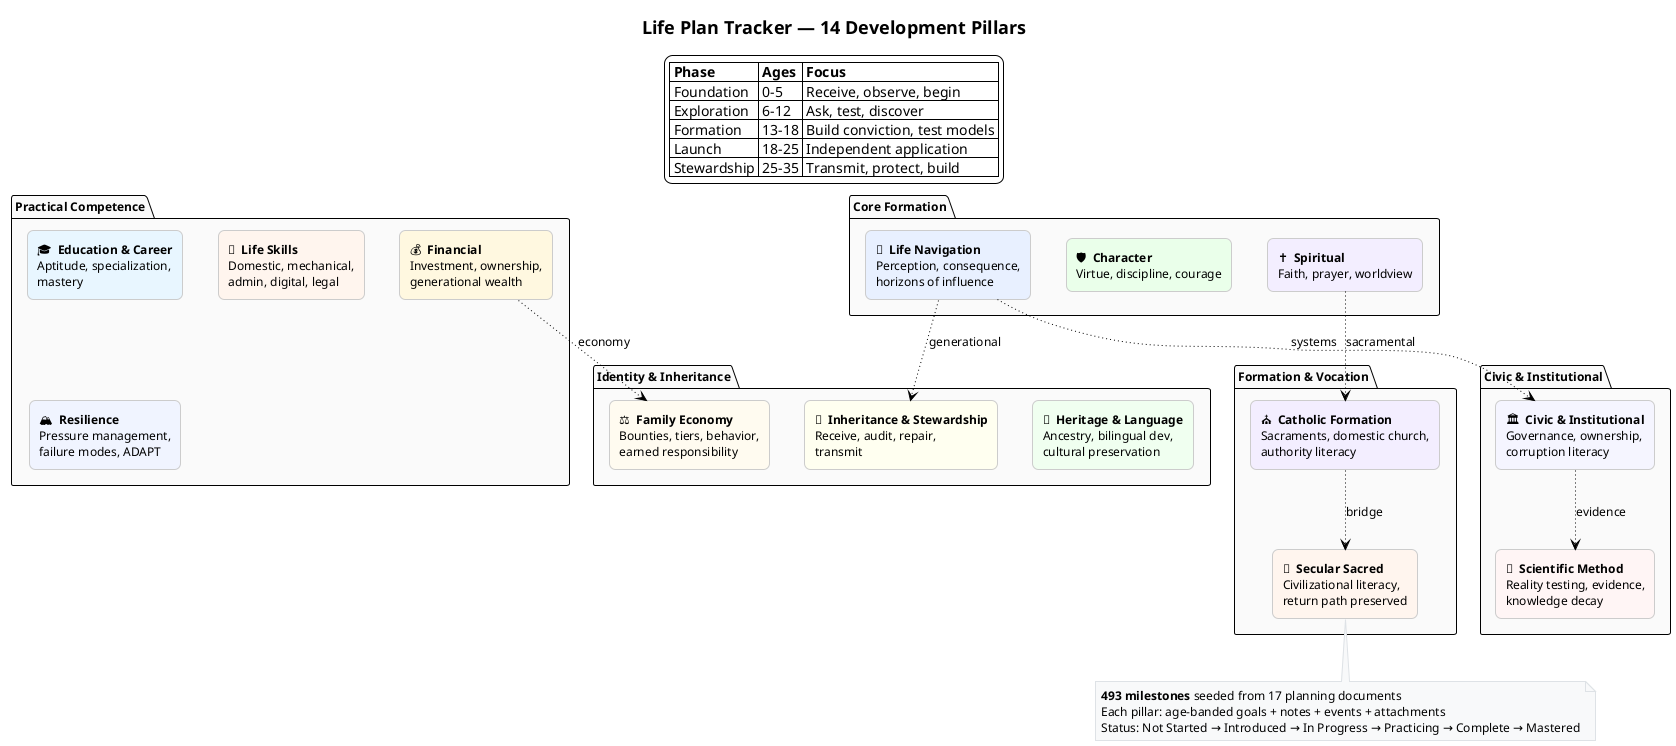
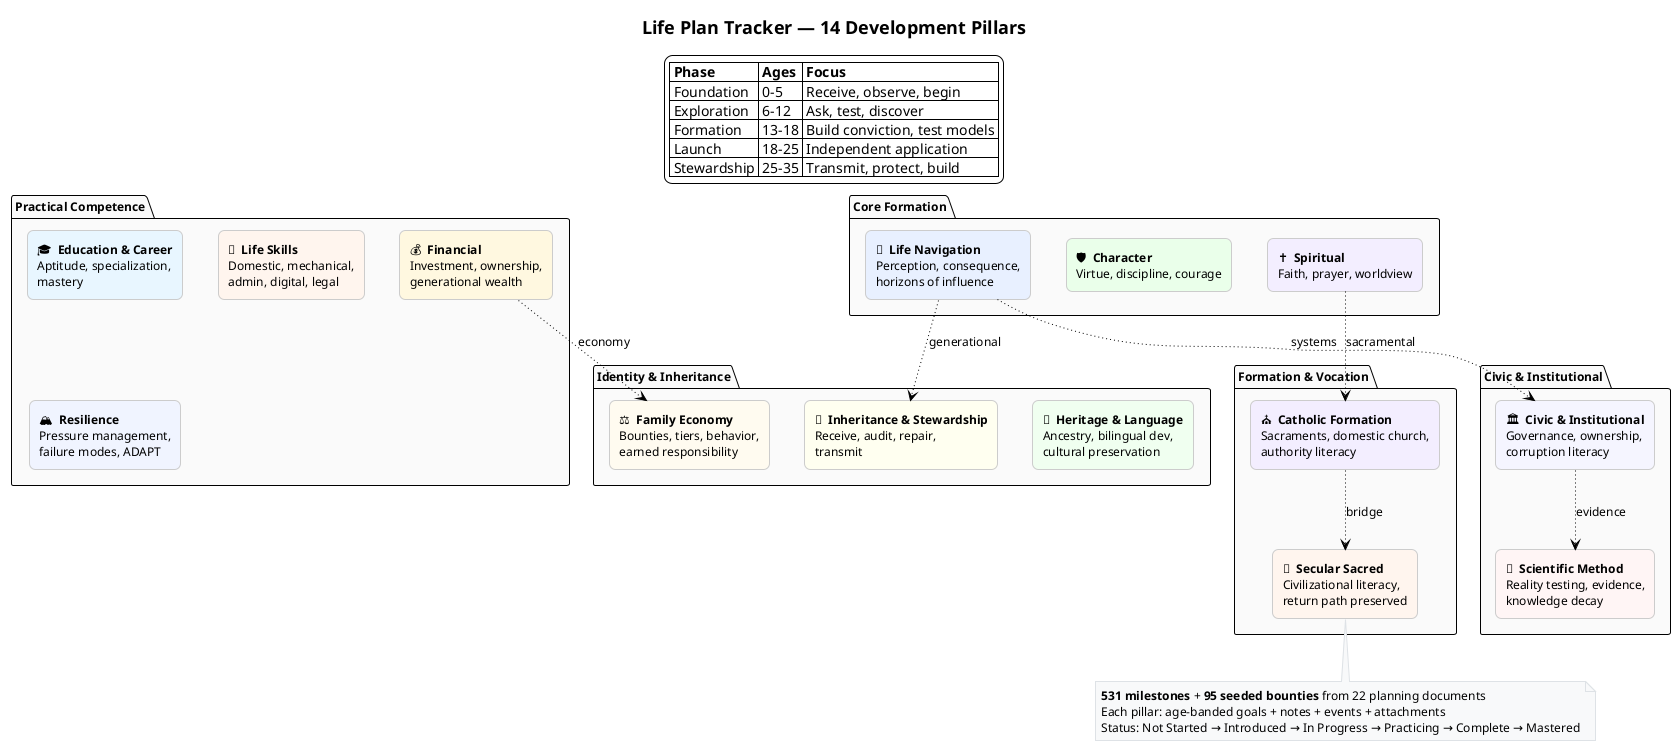
@startuml pillars_all
!theme plain
skinparam backgroundColor #FFFFFF
skinparam defaultFontSize 12
skinparam defaultFontName "Segoe UI, Helvetica, Arial, sans-serif"
skinparam titleFontSize 18
skinparam titleFontStyle bold
skinparam rectangle {
  roundCorner 12
  shadowing false
  borderColor #CCCCCC
}
skinparam note {
  backgroundColor #F8F9FA
  borderColor #DEE2E6
}

title Life Plan Tracker — 14 Development Pillars

legend top center
  |= Phase |= Ages |= Focus |
  | Foundation | 0–5 | Receive, observe, begin |
  | Exploration | 6–12 | Ask, test, discover |
  | Formation | 13–18 | Build conviction, test models |
  | Launch | 18–25 | Independent application |
  | Stewardship | 25–35 | Transmit, protect, build |
end legend

package "Core Formation" as core #FAFAFA {
  rectangle "✝️  **Spiritual**\nFaith, prayer, worldview" as sp #F3EEFF
  rectangle "🛡️  **Character**\nVirtue, discipline, courage" as ch #EAFFEA
  rectangle "🧭  **Life Navigation**\nPerception, consequence,\nhorizons of influence" as dn #E8F0FF
}

package "Practical Competence" as prac #FAFAFA {
  rectangle "💰  **Financial**\nInvestment, ownership,\ngenerational wealth" as fi #FFF8E0
  rectangle "🎓  **Education & Career**\nAptitude, specialization,\nmastery" as ed #E8F6FF
  rectangle "🔧  **Life Skills**\nDomestic, mechanical,\nadmin, digital, legal" as ls #FFF5EE
  rectangle "🏔️  **Resilience**\nPressure management,\nfailure modes, ADAPT" as re #F0F4FF
}

package "Identity & Inheritance" as ident #FAFAFA {
  rectangle "🌳  **Heritage & Language**\nAncestry, bilingual dev,\ncultural preservation" as he #F0FFF0
  rectangle "📜  **Inheritance & Stewardship**\nReceive, audit, repair,\ntransmit" as is_ #FFFFF0
  rectangle "⚖️  **Family Economy**\nBounties, tiers, behavior,\nearned responsibility" as ec #FFFBF0
}

package "Civic & Institutional" as civic #FAFAFA {
  rectangle "🏛️  **Civic & Institutional**\nGovernance, ownership,\ncorruption literacy" as ci #F5F5FF
  rectangle "🔬  **Scientific Method**\nReality testing, evidence,\nknowledge decay" as sm #FFF5F5
}

package "Formation & Vocation" as form #FAFAFA {
  rectangle "⛪  **Catholic Formation**\nSacraments, domestic church,\nauthority literacy" as cf #F3EEFF
  rectangle "🌅  **Secular Sacred**\nCivilizational literacy,\nreturn path preserved" as ss #FFF5EE
}

' Relationships (subtle)
dn -[dotted]-> ci : systems
dn -[dotted]-> is_ : generational
sp -[dotted]-> cf : sacramental
cf -[dotted]-> ss : bridge
fi -[dotted]-> ec : economy
ci -[dotted]-> sm : evidence

note bottom
-   **493 milestones** seeded from 17 planning documents
+   **531 milestones** + **95 seeded bounties** from 22 planning documents
  Each pillar: age-banded goals + notes + events + attachments
  Status: Not Started → Introduced → In Progress → Practicing → Complete → Mastered
end note
@enduml
